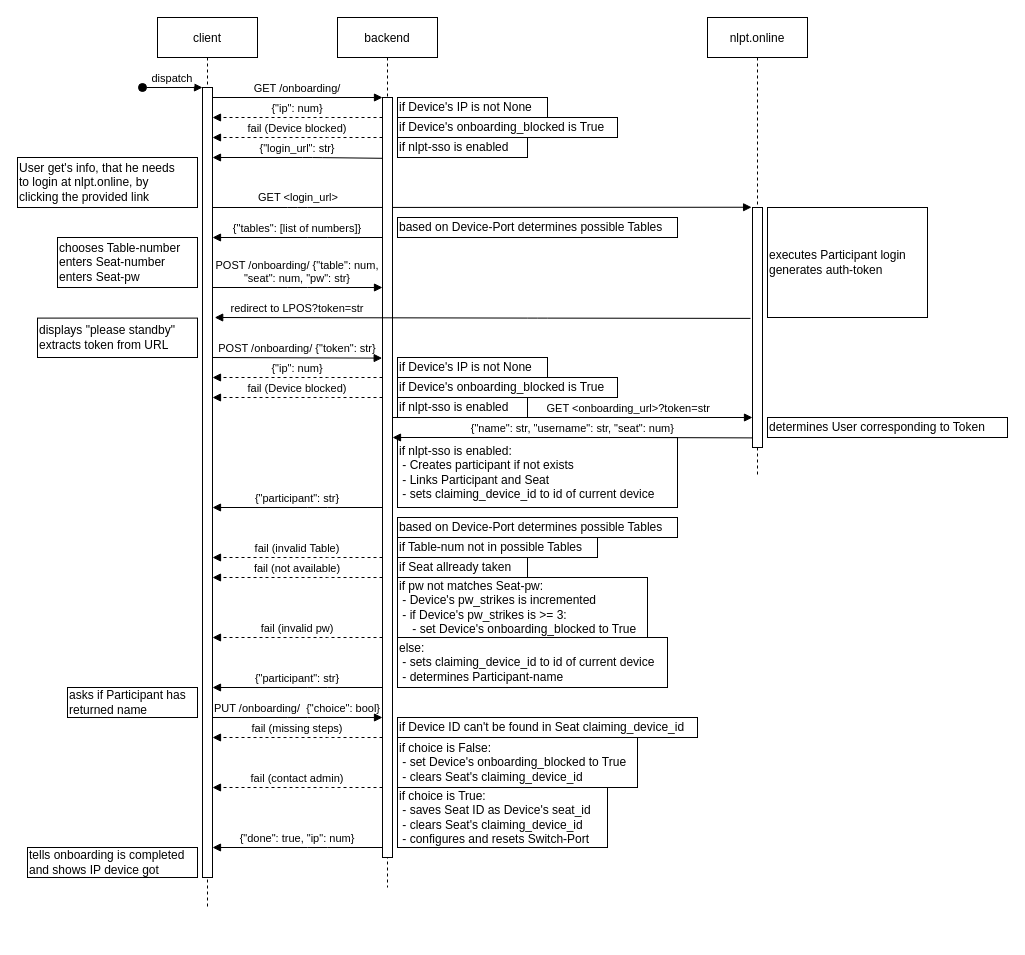
Earlier version of the draw.io diagram docs/onboarding_sequence.drawio (nils-ost/LanPartyOnboardingSystem). Source tidied: cells renumbered, new cells numbered last; positions are measured from the earlier drawing's top-left corner, leaving out a move shared by most shapes. Both pictures are drawn from the tidied source at 100%, with x=0, y=0 at pixel (17, 17).
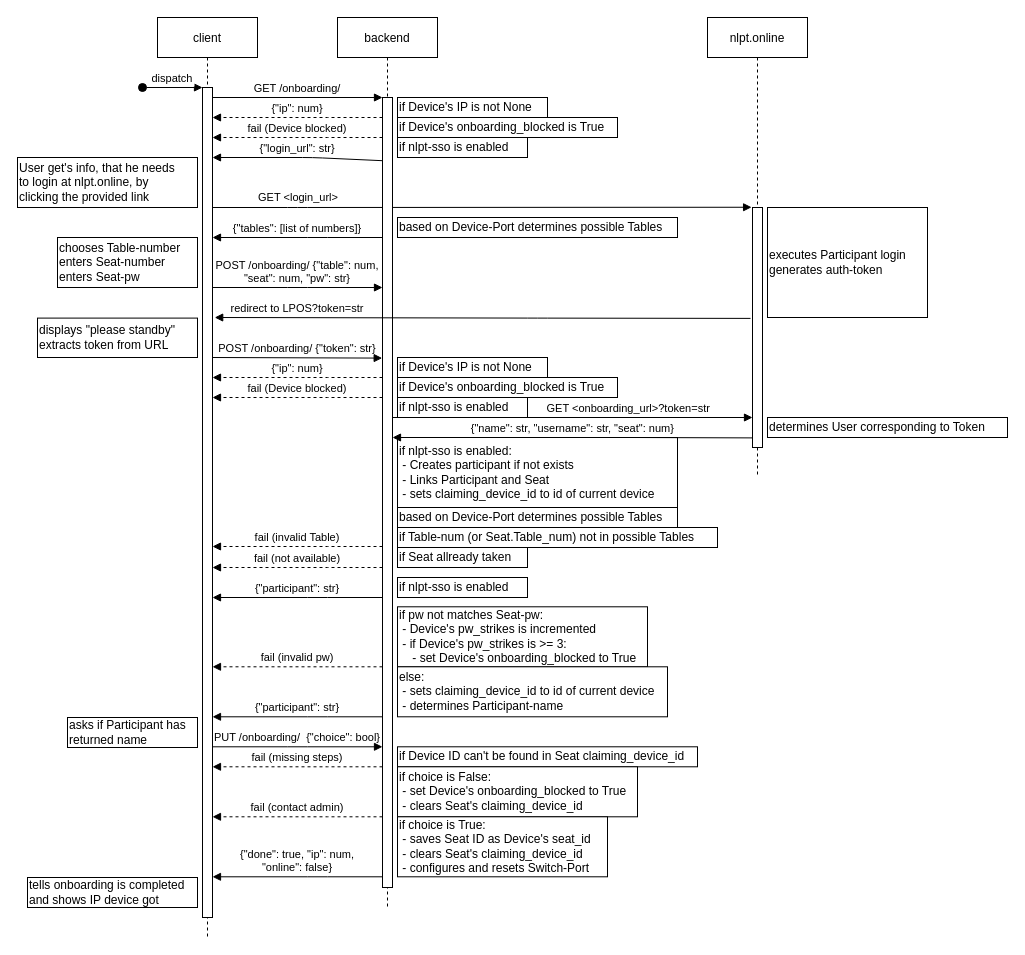
The same diagram, later.

Commit message (it also covers changes not shown here):
on Onboarding with absSeatNumbers the connected Switch of Device is now validated to Seat's Table-Number

The edit, as a diff of the source:
```diff
@@
     <mxCell id="2" value="client" style="shape=umlLifeline;perimeter=lifelinePerimeter;rounded=0;shadow=0;strokeWidth=1;" parent="1" vertex="1">
-      <mxGeometry x="140" width="100" height="890" as="geometry" />
+      <mxGeometry x="140" width="100" height="920" as="geometry" />
     </mxCell>
     <mxCell id="3" style="points=[];perimeter=orthogonalPerimeter;rounded=0;shadow=0;strokeWidth=1;" parent="2" vertex="1">
-      <mxGeometry x="45" y="70" width="10" height="790" as="geometry" />
+      <mxGeometry x="45" y="70" width="10" height="830" as="geometry" />
     </mxCell>
@@
+    <mxCell id="34" value="tells onboarding is completed&lt;br&gt;and shows IP device got" style="rounded=0;whiteSpace=wrap;html=1;align=left;" parent="2" vertex="1">
+      <mxGeometry x="-130" y="860" width="170" height="30" as="geometry" />
+    </mxCell>
+    <mxCell id="35" value="asks if Participant has&lt;br&gt;returned name" style="rounded=0;whiteSpace=wrap;html=1;align=left;" parent="2" vertex="1">
+      <mxGeometry x="-90" y="700" width="130" height="30" as="geometry" />
+    </mxCell>
     <mxCell id="7" value="backend" style="shape=umlLifeline;perimeter=lifelinePerimeter;rounded=0;shadow=0;strokeWidth=1;" parent="1" vertex="1">
-      <mxGeometry x="320" width="100" height="870" as="geometry" />
+      <mxGeometry x="320" width="100" height="890" as="geometry" />
     </mxCell>
     <mxCell id="8" style="points=[];perimeter=orthogonalPerimeter;rounded=0;shadow=0;strokeWidth=1;" parent="7" vertex="1">
-      <mxGeometry x="45" y="80" width="10" height="760" as="geometry" />
+      <mxGeometry x="45" y="80" width="10" height="790" as="geometry" />
     </mxCell>
@@
     <mxCell id="16" value="fail (invalid Table)" style="verticalAlign=bottom;endArrow=block;shadow=0;strokeWidth=1;dashed=1;" parent="7" edge="1">
       <mxGeometry relative="1" as="geometry">
-        <mxPoint x="45" y="540" as="sourcePoint" />
-        <mxPoint x="-125" y="540" as="targetPoint" />
+        <mxPoint x="45" y="529" as="sourcePoint" />
+        <mxPoint x="-125" y="529" as="targetPoint" />
         <Array as="points">
-          <mxPoint x="-20" y="540" />
+          <mxPoint x="-20" y="529" />
         </Array>
       </mxGeometry>
     </mxCell>
     <mxCell id="17" value="fail (not available)" style="verticalAlign=bottom;endArrow=block;shadow=0;strokeWidth=1;dashed=1;" parent="7" edge="1">
       <mxGeometry relative="1" as="geometry">
-        <mxPoint x="45" y="560" as="sourcePoint" />
-        <mxPoint x="-125" y="560" as="targetPoint" />
+        <mxPoint x="45" y="550" as="sourcePoint" />
+        <mxPoint x="-125" y="550" as="targetPoint" />
         <Array as="points">
-          <mxPoint x="-20" y="560" />
+          <mxPoint x="-20" y="550" />
         </Array>
       </mxGeometry>
     </mxCell>
     <mxCell id="18" value="fail (invalid pw)" style="verticalAlign=bottom;endArrow=block;shadow=0;strokeWidth=1;dashed=1;" parent="7" edge="1">
       <mxGeometry relative="1" as="geometry">
-        <mxPoint x="45" y="620" as="sourcePoint" />
-        <mxPoint x="-125" y="620" as="targetPoint" />
+        <mxPoint x="45" y="649.3" as="sourcePoint" />
+        <mxPoint x="-125" y="649.3" as="targetPoint" />
         <Array as="points">
-          <mxPoint x="-20" y="620" />
+          <mxPoint x="-20" y="649.3" />
         </Array>
       </mxGeometry>
     </mxCell>
     <mxCell id="19" value="{&quot;participant&quot;: str}" style="verticalAlign=bottom;endArrow=block;shadow=0;strokeWidth=1;" parent="7" edge="1">
       <mxGeometry relative="1" as="geometry">
-        <mxPoint x="45" y="670" as="sourcePoint" />
-        <mxPoint x="-125" y="670" as="targetPoint" />
+        <mxPoint x="45" y="699.3" as="sourcePoint" />
+        <mxPoint x="-125" y="699.3" as="targetPoint" />
         <Array as="points">
-          <mxPoint x="-20" y="670" />
+          <mxPoint x="-20" y="699.3" />
         </Array>
       </mxGeometry>
     </mxCell>
     <mxCell id="20" value="PUT /onboarding/  {&quot;choice&quot;: bool}" style="verticalAlign=bottom;endArrow=block;entryX=0;entryY=0;shadow=0;strokeWidth=1;labelBackgroundColor=none;" parent="7" edge="1">
       <mxGeometry relative="1" as="geometry">
-        <mxPoint x="-125" y="700" as="sourcePoint" />
-        <mxPoint x="45" y="700" as="targetPoint" />
+        <mxPoint x="-125" y="729.3" as="sourcePoint" />
+        <mxPoint x="45" y="729.3" as="targetPoint" />
         <Array as="points">
-          <mxPoint x="-40" y="700" />
+          <mxPoint x="-40" y="729.3" />
         </Array>
       </mxGeometry>
     </mxCell>
     <mxCell id="21" value="fail (missing steps)" style="verticalAlign=bottom;endArrow=block;shadow=0;strokeWidth=1;dashed=1;" parent="7" edge="1">
       <mxGeometry relative="1" as="geometry">
-        <mxPoint x="45" y="720" as="sourcePoint" />
-        <mxPoint x="-125" y="720" as="targetPoint" />
+        <mxPoint x="45" y="749.3" as="sourcePoint" />
+        <mxPoint x="-125" y="749.3" as="targetPoint" />
         <Array as="points">
-          <mxPoint x="-20" y="720" />
+          <mxPoint x="-20" y="749.3" />
         </Array>
       </mxGeometry>
     </mxCell>
     <mxCell id="22" value="fail (contact admin)" style="verticalAlign=bottom;endArrow=block;shadow=0;strokeWidth=1;dashed=1;" parent="7" edge="1">
       <mxGeometry relative="1" as="geometry">
-        <mxPoint x="45" y="770" as="sourcePoint" />
-        <mxPoint x="-125" y="770" as="targetPoint" />
+        <mxPoint x="45" y="799.3" as="sourcePoint" />
+        <mxPoint x="-125" y="799.3" as="targetPoint" />
         <Array as="points">
-          <mxPoint x="-20" y="770" />
+          <mxPoint x="-20" y="799.3" />
         </Array>
       </mxGeometry>
     </mxCell>
-    <mxCell id="23" value="{&quot;done&quot;: true, &quot;ip&quot;: num}" style="verticalAlign=bottom;endArrow=block;shadow=0;strokeWidth=1;" parent="7" edge="1">
+    <mxCell id="23" value="{&quot;done&quot;: true, &quot;ip&quot;: num,&#10;&quot;online&quot;: false}" style="verticalAlign=bottom;endArrow=block;shadow=0;strokeWidth=1;" parent="7" edge="1">
       <mxGeometry relative="1" as="geometry">
-        <mxPoint x="45" y="830" as="sourcePoint" />
-        <mxPoint x="-125" y="830" as="targetPoint" />
+        <mxPoint x="45" y="859.3" as="sourcePoint" />
+        <mxPoint x="-125" y="859.3" as="targetPoint" />
         <Array as="points">
-          <mxPoint x="-20" y="830" />
+          <mxPoint x="-20" y="859.3" />
         </Array>
       </mxGeometry>
     </mxCell>
@@
     <mxCell id="27" value="{&quot;participant&quot;: str}" style="verticalAlign=bottom;endArrow=block;shadow=0;strokeWidth=1;" parent="7" edge="1">
       <mxGeometry relative="1" as="geometry">
-        <mxPoint x="45" y="490" as="sourcePoint" />
-        <mxPoint x="-125" y="490" as="targetPoint" />
+        <mxPoint x="45" y="580" as="sourcePoint" />
+        <mxPoint x="-125" y="580" as="targetPoint" />
         <Array as="points">
-          <mxPoint x="-20" y="490" />
+          <mxPoint x="-20" y="580" />
         </Array>
       </mxGeometry>
     </mxCell>
@@
-    <mxCell id="34" value="tells onboarding is completed&lt;br&gt;and shows IP device got" style="rounded=0;whiteSpace=wrap;html=1;align=left;" parent="1" vertex="1">
-      <mxGeometry x="10" y="830" width="170" height="30" as="geometry" />
-    </mxCell>
-    <mxCell id="35" value="asks if Participant has&lt;br&gt;returned name" style="rounded=0;whiteSpace=wrap;html=1;align=left;" parent="1" vertex="1">
-      <mxGeometry x="50" y="670" width="130" height="30" as="geometry" />
-    </mxCell>
@@
     <mxCell id="40" value="based on Device-Port determines possible Tables" style="rounded=0;whiteSpace=wrap;html=1;align=left;" parent="1" vertex="1">
-      <mxGeometry x="380" y="500" width="280" height="20" as="geometry" />
+      <mxGeometry x="380" y="490" width="280" height="20" as="geometry" />
     </mxCell>
-    <mxCell id="41" value="if Table-num not in possible Tables" style="rounded=0;whiteSpace=wrap;html=1;align=left;" parent="1" vertex="1">
-      <mxGeometry x="380" y="520" width="200" height="20" as="geometry" />
+    <mxCell id="41" value="if Table-num (or Seat.Table_num) not in possible Tables" style="rounded=0;whiteSpace=wrap;html=1;align=left;" parent="1" vertex="1">
+      <mxGeometry x="380" y="510" width="320" height="20" as="geometry" />
     </mxCell>
     <mxCell id="42" value="if Seat allready taken" style="rounded=0;whiteSpace=wrap;html=1;align=left;" parent="1" vertex="1">
-      <mxGeometry x="380" y="540" width="130" height="20" as="geometry" />
+      <mxGeometry x="380" y="530" width="130" height="20" as="geometry" />
     </mxCell>
     <mxCell id="43" value="if pw not matches Seat-pw:&lt;br&gt;&amp;nbsp;- Device's pw_strikes is incremented&lt;br&gt;&amp;nbsp;- if Device's pw_strikes is &amp;gt;= 3:&lt;br&gt;&amp;nbsp; &amp;nbsp; - set Device's onboarding_blocked to True" style="rounded=0;whiteSpace=wrap;html=1;align=left;" parent="1" vertex="1">
-      <mxGeometry x="380" y="560" width="250" height="60" as="geometry" />
+      <mxGeometry x="380" y="589.3" width="250" height="60" as="geometry" />
     </mxCell>
     <mxCell id="44" value="else:&lt;br&gt;&amp;nbsp;- sets claiming_device_id to id of current device&lt;br&gt;&amp;nbsp;- determines Participant-name" style="rounded=0;whiteSpace=wrap;html=1;align=left;" parent="1" vertex="1">
-      <mxGeometry x="380" y="620" width="270" height="50" as="geometry" />
+      <mxGeometry x="380" y="649.3" width="270" height="50" as="geometry" />
     </mxCell>
     <mxCell id="45" value="if Device ID can't be found in Seat claiming_device_id" style="rounded=0;whiteSpace=wrap;html=1;align=left;" parent="1" vertex="1">
-      <mxGeometry x="380" y="700" width="300" height="20" as="geometry" />
+      <mxGeometry x="380" y="729.3" width="300" height="20" as="geometry" />
     </mxCell>
     <mxCell id="46" value="if choice is False:&lt;br&gt;&amp;nbsp;- set Device's onboarding_blocked to True&lt;br&gt;&amp;nbsp;- clears Seat's claiming_device_id" style="rounded=0;whiteSpace=wrap;html=1;align=left;" parent="1" vertex="1">
-      <mxGeometry x="380" y="720" width="240" height="50" as="geometry" />
+      <mxGeometry x="380" y="749.3" width="240" height="50" as="geometry" />
     </mxCell>
     <mxCell id="47" value="if choice is True:&lt;br&gt;&amp;nbsp;- saves Seat ID as Device's seat_id&lt;br&gt;&amp;nbsp;- clears Seat's claiming_device_id&lt;br&gt;&amp;nbsp;- configures and resets Switch-Port" style="rounded=0;whiteSpace=wrap;html=1;align=left;" parent="1" vertex="1">
-      <mxGeometry x="380" y="770" width="210" height="60" as="geometry" />
+      <mxGeometry x="380" y="799.3" width="210" height="60" as="geometry" />
     </mxCell>
@@
+    <mxCell id="54" value="if nlpt-sso is enabled" style="rounded=0;whiteSpace=wrap;html=1;align=left;" parent="1" vertex="1">
+      <mxGeometry x="380" y="560" width="130" height="20" as="geometry" />
+    </mxCell>
```
